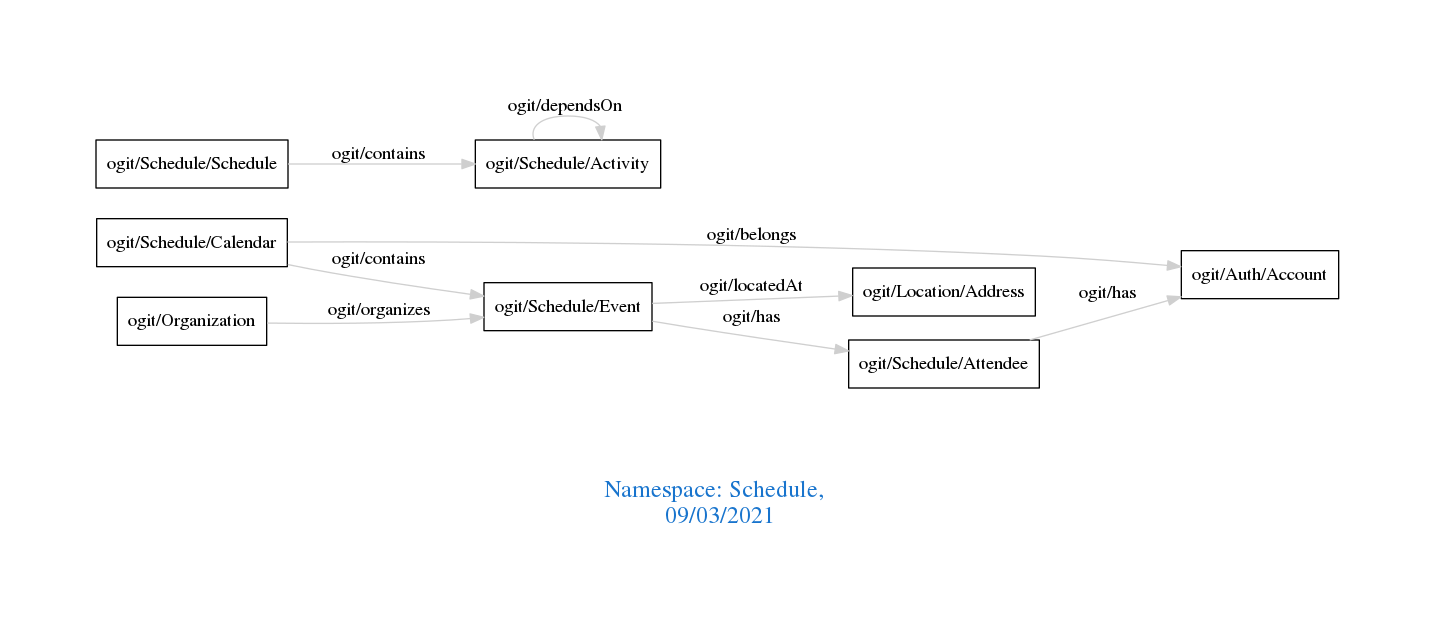
Before: downloads/Schedule.png, a diagram exported from Graphviz (arago/OGIT). Its source is kept beside it as downloads/Schedule.dot.
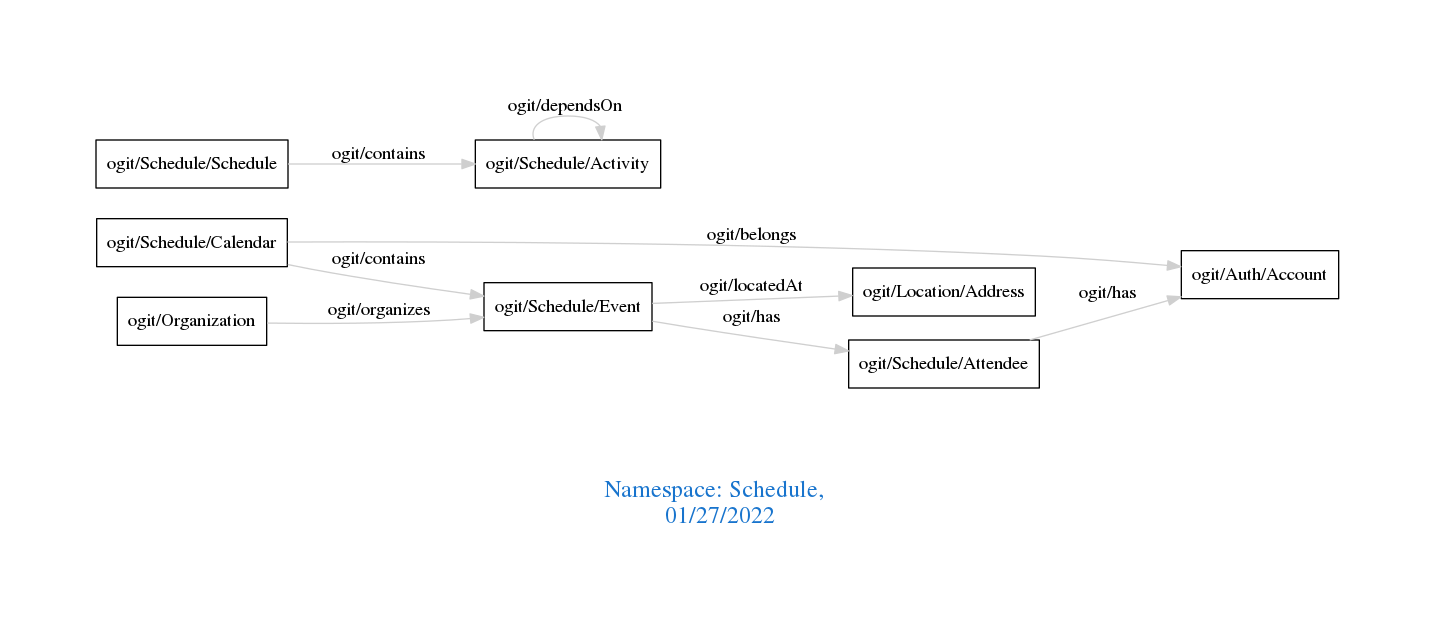
The same diagram one commit later.

The edit, as a diff of the source:
```diff
@@ -1,7 +1,7 @@
 digraph OGIT_ontology {
  graph [ rankdir= LR,pad=1
 fontsize = 18,
-fontcolor= dodgerblue3,label = "\n\n\nNamespace: Schedule, \n 09/03/2021"];
+fontcolor= dodgerblue3,label = "\n\n\nNamespace: Schedule, \n 01/27/2022"];
 node[shape=polygon];
 edge [  color="gray81"];
 
```
